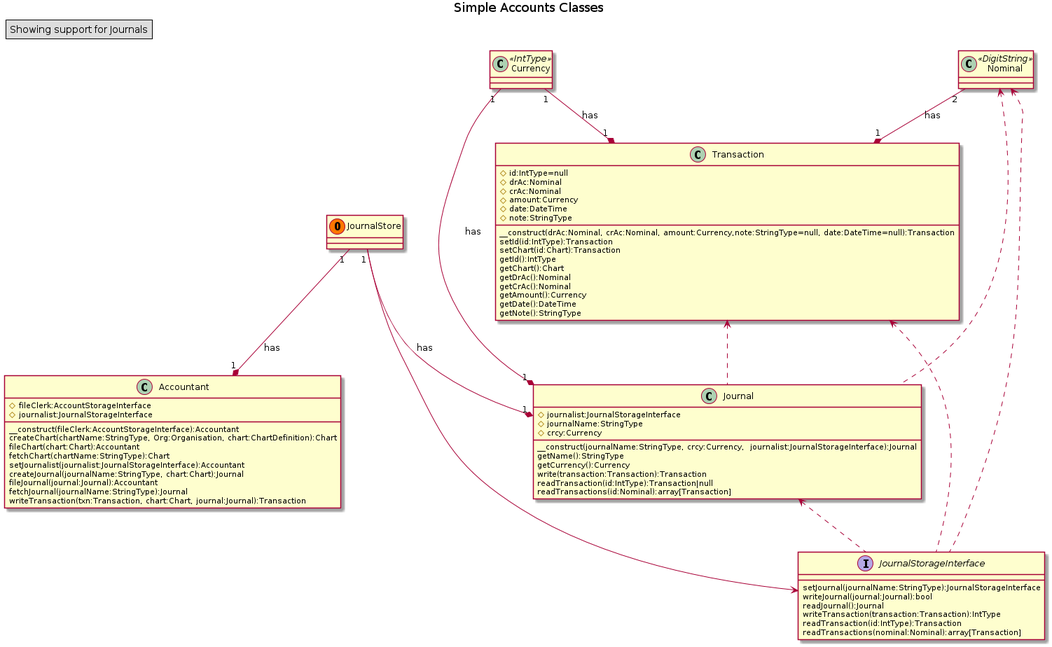
The PlantUML diagram docs/ClassesForJournals.png in chippyash/Simple-Accounts, before a commit. The source it was exported from:
```plantuml
@startuml
title Simple Accounts Classes
legend top left
    Showing support for Journals
endlegend


class Accountant {
    #fileClerk:AccountStorageInterface
    #journalist:JournalStorageInterface
    __construct(fileClerk:AccountStorageInterface):Accountant
    createChart(chartName:StringType, Org:Organisation, chart:ChartDefinition):Chart
    fileChart(chart:Chart):Accountant
    fetchChart(chartName:StringType):Chart
    setJournalist(journalist:JournalStorageInterface):Accountant
    createJournal(journalName:StringType, chart:Chart):Journal
    fileJournal(journal:Journal):Accountant
    fetchJournal(journalName:StringType):Journal
    writeTransaction(txn:Transaction, chart:Chart, journal:Journal):Transaction
}

interface JournalStorageInterface {
    setJournal(journalName:StringType):JournalStorageInterface
    writeJournal(journal:Journal):bool
    readJournal():Journal
    writeTransaction(transaction:Transaction):IntType
    readTransaction(id:IntType):Transaction
    readTransactions(nominal:Nominal):array[Transaction]
}

class Currency << IntType >>

class JournalStore << (O,#FF7700) >>

class Journal {
    #journalist:JournalStorageInterface
    #journalName:StringType
    #crcy:Currency
    __construct(journalName:StringType, crcy:Currency,  journalist:JournalStorageInterface):Journal
    getName():StringType
    getCurrency():Currency
    write(transaction:Transaction):Transaction
    readTransaction(id:IntType):Transaction|null
    readTransactions(id:Nominal):array[Transaction]
}

class Transaction {
    #id:IntType=null
    #drAc:Nominal
    #crAc:Nominal
    #amount:Currency
    #date:DateTime
    #note:StringType
    __construct(drAc:Nominal, crAc:Nominal, amount:Currency,note:StringType=null, date:DateTime=null):Transaction
    setId(id:IntType):Transaction
    setChart(id:Chart):Transaction
    getId():IntType
    getChart():Chart
    getDrAc():Nominal
    getCrAc():Nominal
    getAmount():Currency
    getDate():DateTime
    getNote():StringType
}

class Nominal <<DigitString>>

Transaction <.. Journal
Currency "1" --* "1" Journal : has
JournalStorageInterface <-- JournalStore
JournalStore "1" --* "1" Accountant : has
JournalStore "1" --* "1" Journal : has
Nominal <.. Journal
Nominal "2" --* "1" Transaction : has
Currency "1" --* "1" Transaction : has
Nominal <.. JournalStorageInterface
Journal <.. JournalStorageInterface
Transaction <.. JournalStorageInterface
@enduml
```
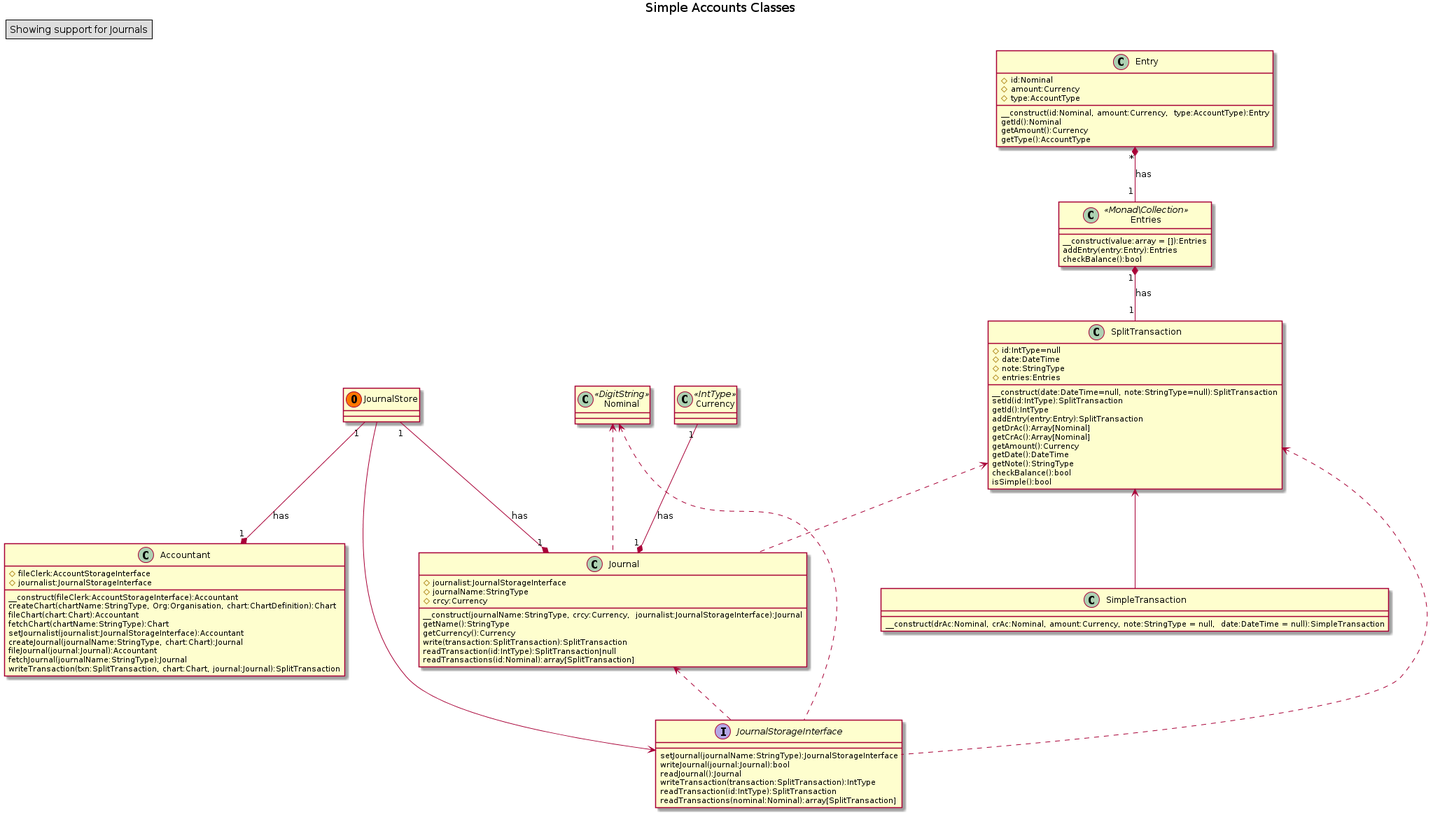
The same file after the commit.

Diff of the diagram source:
```diff
@@ -16,21 +16,38 @@
     createJournal(journalName:StringType, chart:Chart):Journal
     fileJournal(journal:Journal):Accountant
     fetchJournal(journalName:StringType):Journal
-    writeTransaction(txn:Transaction, chart:Chart, journal:Journal):Transaction
+    writeTransaction(txn:SplitTransaction, chart:Chart, journal:Journal):SplitTransaction
 }
 
 interface JournalStorageInterface {
     setJournal(journalName:StringType):JournalStorageInterface
     writeJournal(journal:Journal):bool
     readJournal():Journal
-    writeTransaction(transaction:Transaction):IntType
-    readTransaction(id:IntType):Transaction
-    readTransactions(nominal:Nominal):array[Transaction]
+    writeTransaction(transaction:SplitTransaction):IntType
+    readTransaction(id:IntType):SplitTransaction
+    readTransactions(nominal:Nominal):array[SplitTransaction]
 }
 
 class Currency << IntType >>
 
 class JournalStore << (O,#FF7700) >>
+
+class Entry {
+    #id:Nominal
+    #amount:Currency
+    #type:AccountType
+    __construct(id:Nominal, amount:Currency,  type:AccountType):Entry
+    getId():Nominal
+    getAmount():Currency
+    getType():AccountType
+
+}
+
+class Entries << Monad\Collection >> {
+    __construct(value:array = []):Entries
+    addEntry(entry:Entry):Entries
+    checkBalance():bool
+}
 
 class Journal {
     #journalist:JournalStorageInterface
@@ -39,41 +56,45 @@
     __construct(journalName:StringType, crcy:Currency,  journalist:JournalStorageInterface):Journal
     getName():StringType
     getCurrency():Currency
-    write(transaction:Transaction):Transaction
-    readTransaction(id:IntType):Transaction|null
-    readTransactions(id:Nominal):array[Transaction]
+    write(transaction:SplitTransaction):SplitTransaction
+    readTransaction(id:IntType):SplitTransaction|null
+    readTransactions(id:Nominal):array[SplitTransaction]
 }
 
-class Transaction {
+class SplitTransaction {
     #id:IntType=null
-    #drAc:Nominal
-    #crAc:Nominal
-    #amount:Currency
     #date:DateTime
     #note:StringType
-    __construct(drAc:Nominal, crAc:Nominal, amount:Currency,note:StringType=null, date:DateTime=null):Transaction
-    setId(id:IntType):Transaction
-    setChart(id:Chart):Transaction
+    #entries:Entries
+    __construct(date:DateTime=null, note:StringType=null):SplitTransaction
+    setId(id:IntType):SplitTransaction
     getId():IntType
-    getChart():Chart
-    getDrAc():Nominal
-    getCrAc():Nominal
+    addEntry(entry:Entry):SplitTransaction
+    getDrAc():Array[Nominal]
+    getCrAc():Array[Nominal]
     getAmount():Currency
     getDate():DateTime
     getNote():StringType
+    checkBalance():bool
+    isSimple():bool
+}
+
+class SimpleTransaction {
+    __construct(drAc:Nominal, crAc:Nominal, amount:Currency, note:StringType = null,  date:DateTime = null):SimpleTransaction
 }
 
 class Nominal <<DigitString>>
 
-Transaction <.. Journal
+SplitTransaction <.. Journal
 Currency "1" --* "1" Journal : has
 JournalStorageInterface <-- JournalStore
 JournalStore "1" --* "1" Accountant : has
 JournalStore "1" --* "1" Journal : has
 Nominal <.. Journal
-Nominal "2" --* "1" Transaction : has
-Currency "1" --* "1" Transaction : has
 Nominal <.. JournalStorageInterface
 Journal <.. JournalStorageInterface
-Transaction <.. JournalStorageInterface
+Entry "*" *-- "1" Entries : has
+Entries "1" *-- "1" SplitTransaction : has
+SplitTransaction <.. JournalStorageInterface
+SplitTransaction <-- SimpleTransaction
 @enduml
```
